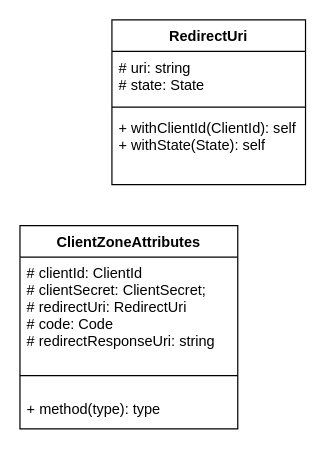
andrzej-pakula/oauth-api-connector-bundle keeps this draw.io diagram as page "Page-4" (3 of 3) of oauth.drawio. Above is the earlier version. Source tidied: cells renumbered, new cells numbered last; positions are measured from the earlier drawing's top-left corner, leaving out a move shared by most shapes. Both pictures are drawn from the tidied source at 121%, with x=0, y=0 at pixel (19, 19).
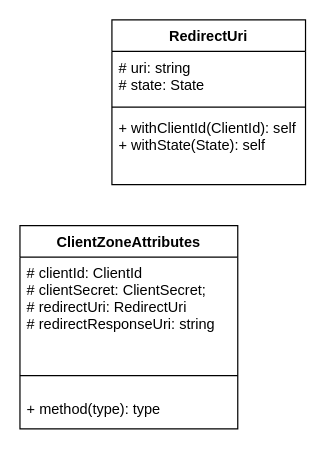
After the change.

The edit, as a diff of the source:
```diff
@@
 <mxGraphModel>
   <root>
     <mxCell id="0" />
     <mxCell id="1" parent="0" />
     <mxCell id="2" value="RedirectUri" style="swimlane;fontStyle=1;align=center;verticalAlign=top;horizontal=1;startSize=26;" parent="1" vertex="1">
       <mxGeometry x="76" width="160" height="136" as="geometry" />
     </mxCell>
     <mxCell id="3" value="# uri: string&#10;# state: State" style="text;strokeColor=none;fillColor=none;align=left;verticalAlign=top;spacingLeft=4;spacingRight=4;overflow=hidden;" parent="2" vertex="1">
       <mxGeometry y="26" width="160" height="42" as="geometry" />
     </mxCell>
     <mxCell id="4" style="line;strokeWidth=1;fillColor=none;align=left;verticalAlign=middle;spacingTop=-1;spacingLeft=3;spacingRight=3;labelPosition=right;" parent="2" vertex="1">
       <mxGeometry y="68" width="160" height="8" as="geometry" />
     </mxCell>
     <mxCell id="5" value="+ withClientId(ClientId): self&#10;+ withState(State): self" style="text;strokeColor=none;fillColor=none;align=left;verticalAlign=top;spacingLeft=4;spacingRight=4;overflow=hidden;" parent="2" vertex="1">
       <mxGeometry y="76" width="160" height="60" as="geometry" />
     </mxCell>
     <mxCell id="6" value="ClientZoneAttributes" style="swimlane;fontStyle=1;align=center;verticalAlign=top;horizontal=1;startSize=26;" parent="1" vertex="1">
       <mxGeometry y="170" width="180" height="168" as="geometry" />
     </mxCell>
-    <mxCell id="7" value="# clientId: ClientId&#10;# clientSecret: ClientSecret;&#10;# redirectUri: RedirectUri&#10;# code: Code&#10;# redirectResponseUri: string" style="text;strokeColor=none;fillColor=none;align=left;verticalAlign=top;spacingLeft=4;spacingRight=4;overflow=hidden;" parent="6" vertex="1">
+    <mxCell id="7" value="# clientId: ClientId&#10;# clientSecret: ClientSecret;&#10;# redirectUri: RedirectUri&#10;# redirectResponseUri: string" style="text;strokeColor=none;fillColor=none;align=left;verticalAlign=top;spacingLeft=4;spacingRight=4;overflow=hidden;" parent="6" vertex="1">
       <mxGeometry y="26" width="180" height="84" as="geometry" />
     </mxCell>
     <mxCell id="8" style="line;strokeWidth=1;fillColor=none;align=left;verticalAlign=middle;spacingTop=-1;spacingLeft=3;spacingRight=3;labelPosition=right;" parent="6" vertex="1">
       <mxGeometry y="110" width="180" height="28" as="geometry" />
     </mxCell>
     <mxCell id="9" value="+ method(type): type" style="text;strokeColor=none;fillColor=none;align=left;verticalAlign=top;spacingLeft=4;spacingRight=4;overflow=hidden;" parent="6" vertex="1">
       <mxGeometry y="138" width="180" height="30" as="geometry" />
     </mxCell>
   </root>
 </mxGraphModel>
```
